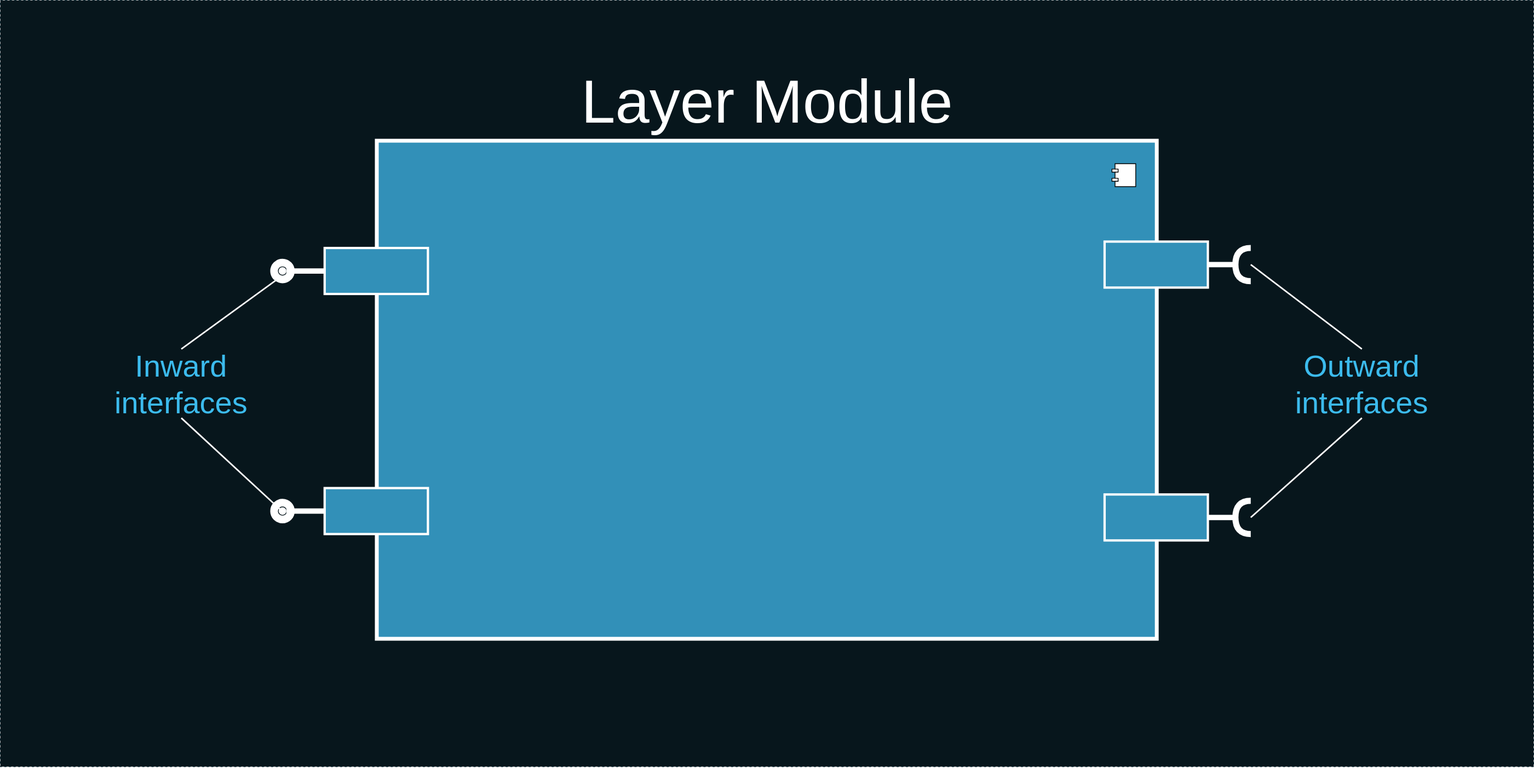
The draw.io diagram deck/ru/diagrams/layerModule.svg in AlexanderLapygin/ca-react-rest-api-starter, before a commit. Source tidied: cells renumbered, new cells last; positions are measured from the earlier drawing's top-left corner, leaving out a move shared by most shapes.
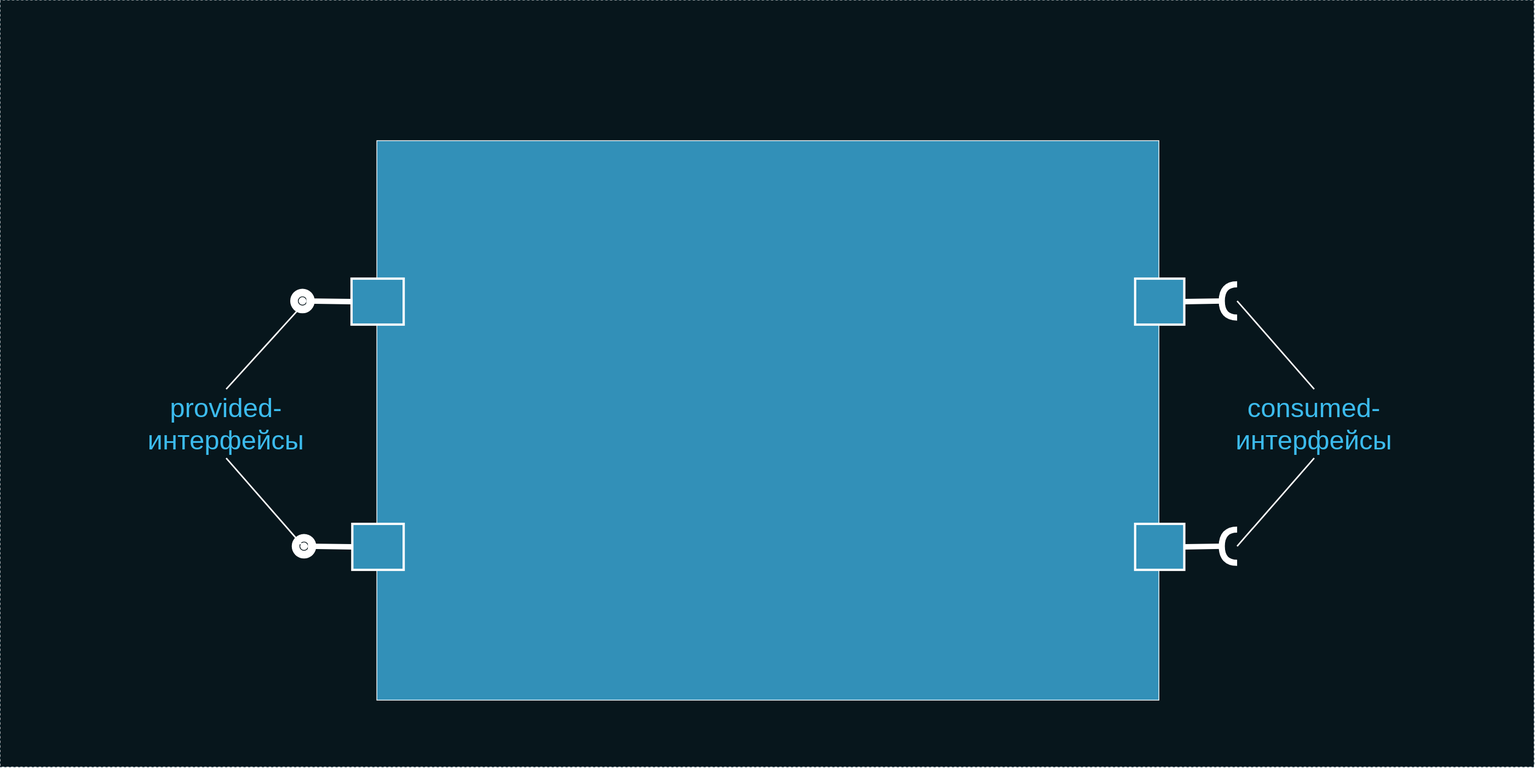
Later version of the same file.

Diff of the diagram source:
```diff
@@ -9,10 +9,10 @@
       <mxGeometry relative="1" as="geometry" />
     </mxCell>
     <mxCell id="4" style="ellipse;whiteSpace=wrap;html=1;fontFamily=Helvetica;fontSize=12;fontColor=#FFFFFF;align=center;strokeColor=#FFFFFF;fillColor=#ffffff;points=[];strokeWidth=22;" parent="1" vertex="1">
-      <mxGeometry x="363" y="348" width="10" height="10" as="geometry" />
+      <mxGeometry x="389" y="387.2" width="10" height="10" as="geometry" />
     </mxCell>
-    <mxCell id="5" value="Inward&lt;br&gt;interfaces" style="text;html=1;strokeColor=none;fillColor=none;align=center;verticalAlign=middle;whiteSpace=wrap;rounded=0;fontSize=40;fontColor=#3CBBED;" parent="1" vertex="1">
-      <mxGeometry x="171" y="454.9" width="130" height="90" as="geometry" />
+    <mxCell id="5" value="provided-&lt;br style=&quot;font-size: 35px&quot;&gt;интерфейсы" style="text;html=1;strokeColor=none;fillColor=none;align=center;verticalAlign=middle;whiteSpace=wrap;rounded=0;fontSize=35;fontColor=#3CBBED;" parent="1" vertex="1">
+      <mxGeometry x="180" y="507.2" width="229" height="90" as="geometry" />
     </mxCell>
     <mxCell id="6" style="endArrow=none;html=1;strokeColor=#FFFFFF;strokeWidth=2;fontSize=33;fontColor=#3CBBED;entryX=0.371;entryY=1.186;entryDx=0;entryDy=0;entryPerimeter=0;exitX=0.5;exitY=0;exitDx=0;exitDy=0;" parent="1" edge="1" source="5" target="4">
       <mxGeometry relative="1" as="geometry" />
@@ -20,8 +20,8 @@
     <mxCell id="7" style="endArrow=none;html=1;strokeColor=#FFFFFF;strokeWidth=2;fontSize=33;fontColor=#3CBBED;entryX=0.214;entryY=0.296;entryDx=0;entryDy=0;entryPerimeter=0;exitX=0.5;exitY=1;exitDx=0;exitDy=0;" parent="1" edge="1" source="5" target="28">
       <mxGeometry relative="1" as="geometry" />
     </mxCell>
-    <mxCell id="8" value="Outward&lt;br&gt;interfaces" style="text;html=1;strokeColor=none;fillColor=none;align=center;verticalAlign=middle;whiteSpace=wrap;rounded=0;fontSize=40;fontColor=#3CBBED;" parent="1" vertex="1">
-      <mxGeometry x="1711" y="454.9" width="130" height="90" as="geometry" />
+    <mxCell id="8" value="consumed-&lt;br style=&quot;font-size: 35px&quot;&gt;интерфейсы" style="text;html=1;strokeColor=none;fillColor=none;align=center;verticalAlign=middle;whiteSpace=wrap;rounded=0;fontSize=35;fontColor=#3CBBED;" parent="1" vertex="1">
+      <mxGeometry x="1593" y="507.2" width="241" height="90" as="geometry" />
     </mxCell>
     <mxCell id="9" style="endArrow=none;html=1;strokeColor=#FFFFFF;strokeWidth=2;fontSize=33;fontColor=#3CBBED;entryX=0;entryY=0.5;entryDx=0;entryDy=0;exitX=0.5;exitY=1;exitDx=0;exitDy=0;entryPerimeter=0;" parent="1" edge="1" source="8" target="14">
       <mxGeometry relative="1" as="geometry" />
@@ -30,13 +30,13 @@
       <mxGeometry relative="1" as="geometry" />
     </mxCell>
     <mxCell id="11" style="group;" parent="1" vertex="1">
-      <mxGeometry x="1611" y="323" width="20" height="43.3" as="geometry" />
+      <mxGeometry x="1593" y="370.5" width="20" height="43.3" as="geometry" />
     </mxCell>
     <mxCell id="12" style="shape=requiredInterface;html=1;verticalLabelPosition=bottom;strokeColor=#FFFFFF;strokeWidth=8;fontSize=33;fontColor=#3CBBED;rotation=-180;" parent="11" vertex="1">
       <mxGeometry width="20" height="43.3" as="geometry" />
     </mxCell>
     <mxCell id="13" style="group;" parent="1" vertex="1">
-      <mxGeometry x="1611" y="653" width="20" height="43.3" as="geometry" />
+      <mxGeometry x="1593" y="690.5" width="20" height="43.3" as="geometry" />
     </mxCell>
     <mxCell id="14" style="shape=requiredInterface;html=1;verticalLabelPosition=bottom;strokeColor=#FFFFFF;strokeWidth=8;fontSize=33;fontColor=#3CBBED;rotation=-180;" parent="13" vertex="1">
       <mxGeometry width="20" height="43.3" as="geometry" />
@@ -44,57 +44,32 @@
     <mxCell id="15" style="rounded=0;jettySize=auto;html=1;endArrow=none;endFill=0;fontSize=40;fontColor=#FFFFFF;strokeColor=#FFFFFF;strokeWidth=7;exitX=1;exitY=0.5;exitDx=0;exitDy=0;exitPerimeter=0;entryX=1;entryY=0.5;entryDx=0;entryDy=0;" parent="1" edge="1" source="14" target="24">
       <mxGeometry relative="1" as="geometry" />
     </mxCell>
-    <mxCell id="16" style="rounded=0;orthogonalLoop=1;jettySize=auto;html=1;endArrow=none;endFill=0;fontSize=40;fontColor=#FFFFFF;strokeColor=#FFFFFF;strokeWidth=4;exitX=0;exitY=0.5;exitDx=0;exitDy=0;" parent="1" edge="1">
-      <mxGeometry relative="1" as="geometry">
-        <mxPoint x="1449.8" y="344.7" as="sourcePoint" />
-        <mxPoint x="1411" y="345" as="targetPoint" />
-      </mxGeometry>
-    </mxCell>
-    <mxCell id="17" style="html=1;strokeColor=#FFFFFF;strokeWidth=3;fillColor=#3290B8;fontSize=23;fontColor=#FFFFFF;labelPosition=center;verticalLabelPosition=top;align=center;verticalAlign=bottom;" parent="1" vertex="1">
-      <mxGeometry x="491" y="183" width="1017.4" height="650" as="geometry" />
-    </mxCell>
-    <mxCell id="18" style="shape=component;jettyWidth=8;jettyHeight=4;" parent="17" vertex="1">
-      <mxGeometry x="1" width="20" height="20" relative="1" as="geometry">
-        <mxPoint x="-27" y="7" as="offset" />
-      </mxGeometry>
-    </mxCell>
     <mxCell id="19" style="rounded=0;jettySize=auto;html=1;endArrow=none;endFill=0;fontSize=40;fontColor=#FFFFFF;strokeColor=#FFFFFF;strokeWidth=7;exitX=1;exitY=0.5;exitDx=0;exitDy=0;exitPerimeter=0;entryX=1;entryY=0.5;entryDx=0;entryDy=0;" parent="1" edge="1" source="12" target="23">
       <mxGeometry relative="1" as="geometry" />
     </mxCell>
-    <mxCell id="20" style="group;labelPosition=center;verticalLabelPosition=top;align=center;verticalAlign=bottom;" parent="1" vertex="1">
-      <mxGeometry x="491" y="183" width="1084.1" height="650" as="geometry" />
+    <mxCell id="20" style="group;labelPosition=center;verticalLabelPosition=top;align=center;verticalAlign=bottom;fillColor=none;" parent="1" vertex="1">
+      <mxGeometry x="491" y="183" width="1084.1" height="738.3" as="geometry" />
     </mxCell>
-    <mxCell id="21" value="&lt;font style=&quot;font-size: 80px&quot;&gt;Layer Module&lt;/font&gt;" style="html=1;strokeColor=#FFFFFF;strokeWidth=5;fillColor=#3290B8;fontSize=61;fontColor=#FFFFFF;labelPosition=center;verticalLabelPosition=top;align=center;verticalAlign=bottom;" parent="20" vertex="1">
-      <mxGeometry width="1017.4" height="650" as="geometry" />
-    </mxCell>
-    <mxCell id="22" style="rounded=0;jettySize=auto;html=1;endArrow=none;endFill=0;fontSize=40;fontColor=#FFFFFF;strokeColor=#FFFFFF;strokeWidth=2;entryX=0;entryY=0.25;entryDx=0;entryDy=0;" parent="20" edge="1" source="25" target="21">
-      <mxGeometry relative="1" as="geometry" />
-    </mxCell>
+    <mxCell id="31" value="&lt;p style=&quot;margin: 6px 0px 0px ; text-align: center ; font-size: 64px&quot;&gt;&lt;br&gt;&lt;/p&gt;" style="align=left;overflow=fill;html=1;strokeColor=#FFFFFF;fillColor=#3290B8;fontColor=#FFE599;" parent="20" vertex="1">
+      <mxGeometry width="1020" height="730" as="geometry" />
+    </mxCell>
     <mxCell id="23" value="&lt;span style=&quot;font-family: monospace ; font-size: 0px&quot;&gt;%3CmxGraphModel%3E%3Croot%3E%3CmxCell%20id%3D%220%22%2F%3E%3CmxCell%20id%3D%221%22%20parent%3D%220%22%2F%3E%3CmxCell%20id%3D%222%22%20value%3D%22%22%20style%3D%22rounded%3D0%3BorthogonalLoop%3D1%3BjettySize%3Dauto%3Bhtml%3D1%3BendArrow%3Dnone%3BendFill%3D0%3BfontSize%3D40%3BfontColor%3D%23FFFFFF%3BstrokeColor%3D%23FFFFFF%3BstrokeWidth%3D4%3BexitX%3D0%3BexitY%3D0.5%3BexitDx%3D0%3BexitDy%3D0%3B%22%20edge%3D%221%22%20parent%3D%221%22%3E%3CmxGeometry%20relative%3D%221%22%20as%3D%22geometry%22%3E%3CmxPoint%20x%3D%22-999.6199999999999%22%20y%3D%22171.66000000000008%22%20as%3D%22sourcePoint%22%2F%3E%3CmxPoint%20x%3D%22-1029%22%20y%3D%22172%22%20as%3D%22targetPoint%22%2F%3E%3C%2FmxGeometry%3E%3C%2FmxCell%3E%3C%2Froot%3E%3C%2FmxGraphModel%3E&lt;/span&gt;&lt;span style=&quot;font-family: monospace ; font-size: 0px&quot;&gt;%3CmxGraphModel%3E%3Croot%3E%3CmxCell%20id%3D%220%22%2F%3E%3CmxCell%20id%3D%221%22%20parent%3D%220%22%2F%3E%3CmxCell%20id%3D%222%22%20value%3D%22%22%20style%3D%22rounded%3D0%3BorthogonalLoop%3D1%3BjettySize%3Dauto%3Bhtml%3D1%3BendArrow%3Dnone%3BendFill%3D0%3BfontSize%3D40%3BfontColor%3D%23FFFFFF%3BstrokeColor%3D%23FFFFFF%3BstrokeWidth%3D4%3BexitX%3D0%3BexitY%3D0.5%3BexitDx%3D0%3BexitDy%3D0%3B%22%20edge%3D%221%22%20parent%3D%221%22%3E%3CmxGeometry%20relative%3D%221%22%20as%3D%22geometry%22%3E%3CmxPoint%20x%3D%22-999.6199999999999%22%20y%3D%22171.66000000000008%22%20as%3D%22sourcePoint%22%2F%3E%3CmxPoint%20x%3D%22-1029%22%20y%3D%22172%22%20as%3D%22targetPoint%22%2F%3E%3C%2FmxGeometry%3E%3C%2FmxCell%3E%3C%2Froot%3E%3C%2FmxGraphModel%3E&lt;/span&gt;" style="rounded=0;whiteSpace=wrap;html=1;fillColor=#3290B8;strokeColor=#FFFFFF;strokeWidth=3;" parent="20" vertex="1">
-      <mxGeometry x="949.4" y="131.7" width="134.7" height="60" as="geometry" />
+      <mxGeometry x="989" y="180" width="64.1" height="60" as="geometry" />
     </mxCell>
     <mxCell id="24" style="rounded=0;whiteSpace=wrap;html=1;fillColor=#3290B8;strokeColor=#FFFFFF;strokeWidth=3;" parent="20" vertex="1">
-      <mxGeometry x="949.4" y="461.7" width="134.7" height="60" as="geometry" />
+      <mxGeometry x="989" y="500" width="64.1" height="60" as="geometry" />
     </mxCell>
+    <mxCell id="30" value="&lt;span style=&quot;font-family: monospace ; font-size: 0px&quot;&gt;%3CmxGraphModel%3E%3Croot%3E%3CmxCell%20id%3D%220%22%2F%3E%3CmxCell%20id%3D%221%22%20parent%3D%220%22%2F%3E%3CmxCell%20id%3D%222%22%20value%3D%22%22%20style%3D%22rounded%3D0%3BorthogonalLoop%3D1%3BjettySize%3Dauto%3Bhtml%3D1%3BendArrow%3Dnone%3BendFill%3D0%3BfontSize%3D40%3BfontColor%3D%23FFFFFF%3BstrokeColor%3D%23FFFFFF%3BstrokeWidth%3D4%3BexitX%3D0%3BexitY%3D0.5%3BexitDx%3D0%3BexitDy%3D0%3B%22%20edge%3D%221%22%20parent%3D%221%22%3E%3CmxGeometry%20relative%3D%221%22%20as%3D%22geometry%22%3E%3CmxPoint%20x%3D%22-999.6199999999999%22%20y%3D%22171.66000000000008%22%20as%3D%22sourcePoint%22%2F%3E%3CmxPoint%20x%3D%22-1029%22%20y%3D%22172%22%20as%3D%22targetPoint%22%2F%3E%3C%2FmxGeometry%3E%3C%2FmxCell%3E%3C%2Froot%3E%3C%2FmxGraphModel%3E&lt;/span&gt;&lt;span style=&quot;font-family: monospace ; font-size: 0px&quot;&gt;%3CmxGraphModel%3E%3Croot%3E%3CmxCell%20id%3D%220%22%2F%3E%3CmxCell%20id%3D%221%22%20parent%3D%220%22%2F%3E%3CmxCell%20id%3D%222%22%20value%3D%22%22%20style%3D%22rounded%3D0%3BorthogonalLoop%3D1%3BjettySize%3Dauto%3Bhtml%3D1%3BendArrow%3Dnone%3BendFill%3D0%3BfontSize%3D40%3BfontColor%3D%23FFFFFF%3BstrokeColor%3D%23FFFFFF%3BstrokeWidth%3D4%3BexitX%3D0%3BexitY%3D0.5%3BexitDx%3D0%3BexitDy%3D0%3B%22%20edge%3D%221%22%20parent%3D%221%22%3E%3CmxGeometry%20relative%3D%221%22%20as%3D%22geometry%22%3E%3CmxPoint%20x%3D%22-999.6199999999999%22%20y%3D%22171.66000000000008%22%20as%3D%22sourcePoint%22%2F%3E%3CmxPoint%20x%3D%22-1029%22%20y%3D%22172%22%20as%3D%22targetPoint%22%2F%3E%3C%2FmxGeometry%3E%3C%2FmxCell%3E%3C%2Froot%3E%3C%2FmxGraphModel%3E&lt;/span&gt;" style="rounded=0;whiteSpace=wrap;html=1;fillColor=#3290B8;strokeColor=#FFFFFF;strokeWidth=3;" parent="20" vertex="1">
+      <mxGeometry x="-32" y="500" width="67" height="60" as="geometry" />
+    </mxCell>
-    <mxCell id="25" value="&lt;span style=&quot;font-family: monospace ; font-size: 0px&quot;&gt;%3CmxGraphModel%3E%3Croot%3E%3CmxCell%20id%3D%220%22%2F%3E%3CmxCell%20id%3D%221%22%20parent%3D%220%22%2F%3E%3CmxCell%20id%3D%222%22%20value%3D%22%22%20style%3D%22rounded%3D0%3BorthogonalLoop%3D1%3BjettySize%3Dauto%3Bhtml%3D1%3BendArrow%3Dnone%3BendFill%3D0%3BfontSize%3D40%3BfontColor%3D%23FFFFFF%3BstrokeColor%3D%23FFFFFF%3BstrokeWidth%3D4%3BexitX%3D0%3BexitY%3D0.5%3BexitDx%3D0%3BexitDy%3D0%3B%22%20edge%3D%221%22%20parent%3D%221%22%3E%3CmxGeometry%20relative%3D%221%22%20as%3D%22geometry%22%3E%3CmxPoint%20x%3D%22-999.6199999999999%22%20y%3D%22171.66000000000008%22%20as%3D%22sourcePoint%22%2F%3E%3CmxPoint%20x%3D%22-1029%22%20y%3D%22172%22%20as%3D%22targetPoint%22%2F%3E%3C%2FmxGeometry%3E%3C%2FmxCell%3E%3C%2Froot%3E%3C%2FmxGraphModel%3E&lt;/span&gt;&lt;span style=&quot;font-family: monospace ; font-size: 0px&quot;&gt;%3CmxGraphModel%3E%3Croot%3E%3CmxCell%20id%3D%220%22%2F%3E%3CmxCell%20id%3D%221%22%20parent%3D%220%22%2F%3E%3CmxCell%20id%3D%222%22%20value%3D%22%22%20style%3D%22rounded%3D0%3BorthogonalLoop%3D1%3BjettySize%3Dauto%3Bhtml%3D1%3BendArrow%3Dnone%3BendFill%3D0%3BfontSize%3D40%3BfontColor%3D%23FFFFFF%3BstrokeColor%3D%23FFFFFF%3BstrokeWidth%3D4%3BexitX%3D0%3BexitY%3D0.5%3BexitDx%3D0%3BexitDy%3D0%3B%22%20edge%3D%221%22%20parent%3D%221%22%3E%3CmxGeometry%20relative%3D%221%22%20as%3D%22geometry%22%3E%3CmxPoint%20x%3D%22-999.6199999999999%22%20y%3D%22171.66000000000008%22%20as%3D%22sourcePoint%22%2F%3E%3CmxPoint%20x%3D%22-1029%22%20y%3D%22172%22%20as%3D%22targetPoint%22%2F%3E%3C%2FmxGeometry%3E%3C%2FmxCell%3E%3C%2Froot%3E%3C%2FmxGraphModel%3E&lt;/span&gt;" style="rounded=0;whiteSpace=wrap;html=1;fillColor=#3290B8;strokeColor=#FFFFFF;strokeWidth=3;" parent="20" vertex="1">
-      <mxGeometry x="-68" y="140" width="134.7" height="60" as="geometry" />
+    <mxCell id="25" value="&lt;span style=&quot;font-family: monospace ; font-size: 0px&quot;&gt;%3CmxGraphModel%3E%3Croot%3E%3CmxCell%20id%3D%220%22%2F%3E%3CmxCell%20id%3D%221%22%20parent%3D%220%22%2F%3E%3CmxCell%20id%3D%222%22%20value%3D%22%22%20style%3D%22rounded%3D0%3BorthogonalLoop%3D1%3BjettySize%3Dauto%3Bhtml%3D1%3BendArrow%3Dnone%3BendFill%3D0%3BfontSize%3D40%3BfontColor%3D%23FFFFFF%3BstrokeColor%3D%23FFFFFF%3BstrokeWidth%3D4%3BexitX%3D0%3BexitY%3D0.5%3BexitDx%3D0%3BexitDy%3D0%3B%22%20edge%3D%221%22%20parent%3D%221%22%3E%3CmxGeometry%20relative%3D%221%22%20as%3D%22geometry%22%3E%3CmxPoint%20x%3D%22-999.6199999999999%22%20y%3D%22171.66000000000008%22%20as%3D%22sourcePoint%22%2F%3E%3CmxPoint%20x%3D%22-1029%22%20y%3D%22172%22%20as%3D%22targetPoint%22%2F%3E%3C%2FmxGeometry%3E%3C%2FmxCell%3E%3C%2Froot%3E%3C%2FmxGraphModel%3E&lt;/span&gt;&lt;span style=&quot;font-family: monospace ; font-size: 0px&quot;&gt;%3CmxGraphModel%3E%3Croot%3E%3CmxCell%20id%3D%220%22%2F%3E%3CmxCell%20id%3D%221%22%20parent%3D%220%22%2F%3E%3CmxCell%20id%3D%222%22%20value%3D%22%22%20style%3D%22rounded%3D0%3BorthogonalLoop%3D1%3BjettySize%3Dauto%3Bhtml%3D1%3BendArrow%3Dnone%3BendFill%3D0%3BfontSize%3D40%3BfontColor%3D%23FFFFFF%3BstrokeColor%3D%23FFFFFF%3BstrokeWidth%3D4%3BexitX%3D0%3BexitY%3D0.5%3BexitDx%3D0%3BexitDy%3D0%3B%22%20edge%3D%221%22%20parent%3D%221%22%3E%3CmxGeometry%20relative%3D%221%22%20as%3D%22geometry%22%3E%3CmxPoint%20x%3D%22-999.6199999999999%22%20y%3D%22171.66000000000008%22%20as%3D%22sourcePoint%22%2F%3E%3CmxPoint%20x%3D%22-1029%22%20y%3D%22172%22%20as%3D%22targetPoint%22%2F%3E%3C%2FmxGeometry%3E%3C%2FmxCell%3E%3C%2Froot%3E%3C%2FmxGraphModel%3E&lt;/span&gt;" style="rounded=0;whiteSpace=wrap;html=1;fillColor=#3290B8;strokeColor=#FFFFFF;strokeWidth=3;" parent="1" vertex="1">
+      <mxGeometry x="458" y="363" width="68" height="60" as="geometry" />
     </mxCell>
-    <mxCell id="26" style="shape=component;jettyWidth=8;jettyHeight=4;" parent="20" vertex="1">
-      <mxGeometry x="959" y="30" width="31" height="30" as="geometry" />
-    </mxCell>
     <mxCell id="27" style="rounded=0;jettySize=auto;html=1;endArrow=none;endFill=0;fontSize=40;fontColor=#FFFFFF;strokeColor=#FFFFFF;strokeWidth=7;exitX=0;exitY=0.5;exitDx=0;exitDy=0;" parent="1" edge="1" source="30" target="28">
       <mxGeometry relative="1" as="geometry" />
     </mxCell>
     <mxCell id="28" style="ellipse;whiteSpace=wrap;html=1;fontFamily=Helvetica;fontSize=12;fontColor=#FFFFFF;align=center;strokeColor=#FFFFFF;fillColor=#ffffff;points=[];strokeWidth=22;" parent="1" vertex="1">
-      <mxGeometry x="363" y="661.3" width="10" height="10" as="geometry" />
+      <mxGeometry x="391" y="707.2" width="10" height="10" as="geometry" />
     </mxCell>
-    <mxCell id="29" style="rounded=0;jettySize=auto;html=1;endArrow=none;endFill=0;fontSize=40;fontColor=#FFFFFF;strokeColor=#FFFFFF;strokeWidth=2;entryX=0;entryY=0.25;entryDx=0;entryDy=0;" parent="1" edge="1" source="30">
-      <mxGeometry relative="1" as="geometry">
-        <mxPoint x="491" y="658.8" as="targetPoint" />
-      </mxGeometry>
-    </mxCell>
-    <mxCell id="30" value="&lt;span style=&quot;font-family: monospace ; font-size: 0px&quot;&gt;%3CmxGraphModel%3E%3Croot%3E%3CmxCell%20id%3D%220%22%2F%3E%3CmxCell%20id%3D%221%22%20parent%3D%220%22%2F%3E%3CmxCell%20id%3D%222%22%20value%3D%22%22%20style%3D%22rounded%3D0%3BorthogonalLoop%3D1%3BjettySize%3Dauto%3Bhtml%3D1%3BendArrow%3Dnone%3BendFill%3D0%3BfontSize%3D40%3BfontColor%3D%23FFFFFF%3BstrokeColor%3D%23FFFFFF%3BstrokeWidth%3D4%3BexitX%3D0%3BexitY%3D0.5%3BexitDx%3D0%3BexitDy%3D0%3B%22%20edge%3D%221%22%20parent%3D%221%22%3E%3CmxGeometry%20relative%3D%221%22%20as%3D%22geometry%22%3E%3CmxPoint%20x%3D%22-999.6199999999999%22%20y%3D%22171.66000000000008%22%20as%3D%22sourcePoint%22%2F%3E%3CmxPoint%20x%3D%22-1029%22%20y%3D%22172%22%20as%3D%22targetPoint%22%2F%3E%3C%2FmxGeometry%3E%3C%2FmxCell%3E%3C%2Froot%3E%3C%2FmxGraphModel%3E&lt;/span&gt;&lt;span style=&quot;font-family: monospace ; font-size: 0px&quot;&gt;%3CmxGraphModel%3E%3Croot%3E%3CmxCell%20id%3D%220%22%2F%3E%3CmxCell%20id%3D%221%22%20parent%3D%220%22%2F%3E%3CmxCell%20id%3D%222%22%20value%3D%22%22%20style%3D%22rounded%3D0%3BorthogonalLoop%3D1%3BjettySize%3Dauto%3Bhtml%3D1%3BendArrow%3Dnone%3BendFill%3D0%3BfontSize%3D40%3BfontColor%3D%23FFFFFF%3BstrokeColor%3D%23FFFFFF%3BstrokeWidth%3D4%3BexitX%3D0%3BexitY%3D0.5%3BexitDx%3D0%3BexitDy%3D0%3B%22%20edge%3D%221%22%20parent%3D%221%22%3E%3CmxGeometry%20relative%3D%221%22%20as%3D%22geometry%22%3E%3CmxPoint%20x%3D%22-999.6199999999999%22%20y%3D%22171.66000000000008%22%20as%3D%22sourcePoint%22%2F%3E%3CmxPoint%20x%3D%22-1029%22%20y%3D%22172%22%20as%3D%22targetPoint%22%2F%3E%3C%2FmxGeometry%3E%3C%2FmxCell%3E%3C%2Froot%3E%3C%2FmxGraphModel%3E&lt;/span&gt;" style="rounded=0;whiteSpace=wrap;html=1;fillColor=#3290B8;strokeColor=#FFFFFF;strokeWidth=3;" parent="1" vertex="1">
-      <mxGeometry x="423" y="636.3" width="134.7" height="60" as="geometry" />
-    </mxCell>
   </root>
 </mxGraphModel>
```
